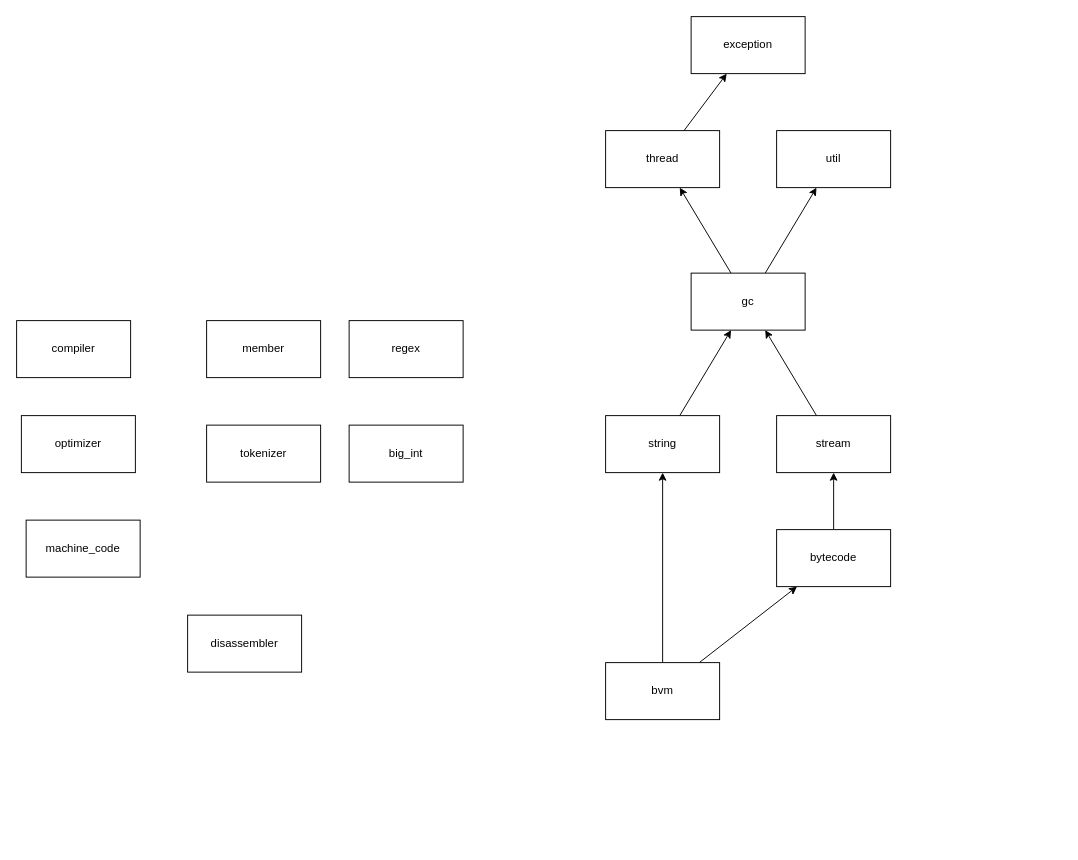
bialang/bia keeps this draw.io diagram as page "Dependencies" (3 of 3) of Components.drawio. Above is the earlier version. Source tidied: cells renumbered, new cells numbered last; positions are measured from the earlier drawing's top-left corner, leaving out a move shared by most shapes. Both pictures are drawn from the tidied source at 95%, with x=0, y=0 at pixel (16, 16).
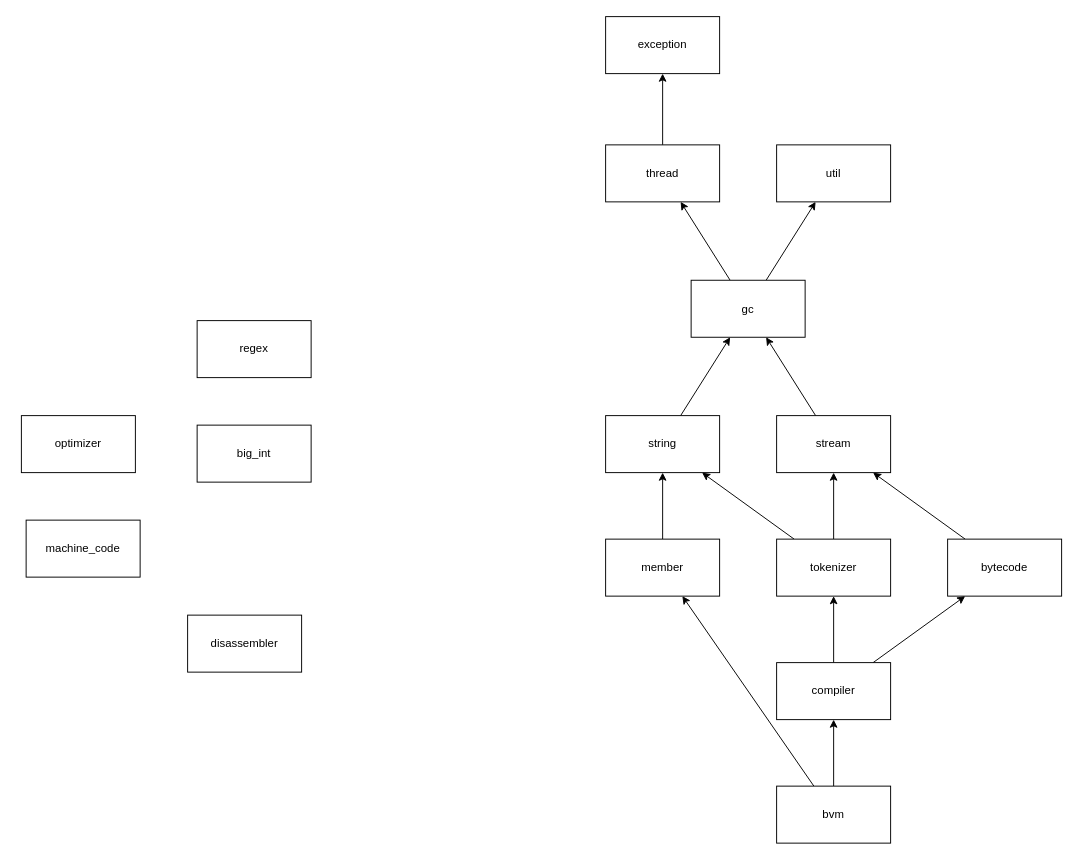
The same diagram, later.

The change refers to these unchanged cells:
```xml
<mxCell id="9" value="string" style="rounded=0;whiteSpace=wrap;html=1;" parent="1" vertex="1">
  <mxGeometry x="620" y="420" width="120" height="60" as="geometry" />
</mxCell>
<mxCell id="24" value="stream" style="rounded=0;whiteSpace=wrap;html=1;" parent="1" vertex="1">
  <mxGeometry x="800" y="420" width="120" height="60" as="geometry" />
</mxCell>
```

Diff of the diagram source:
```diff
@@
     <mxCell id="2" value="exception" style="rounded=0;whiteSpace=wrap;html=1;" parent="1" vertex="1">
-      <mxGeometry x="710" width="120" height="60" as="geometry" />
+      <mxGeometry x="620" width="120" height="60" as="geometry" />
     </mxCell>
@@
     <mxCell id="5" value="gc" style="rounded=0;whiteSpace=wrap;html=1;" parent="1" vertex="1">
-      <mxGeometry x="710" y="270" width="120" height="60" as="geometry" />
+      <mxGeometry x="710" y="277.5" width="120" height="60" as="geometry" />
     </mxCell>
@@
     <mxCell id="7" value="thread" style="rounded=0;whiteSpace=wrap;html=1;" parent="1" vertex="1">
-      <mxGeometry x="620" y="120" width="120" height="60" as="geometry" />
+      <mxGeometry x="620" y="135" width="120" height="60" as="geometry" />
     </mxCell>
@@
     <mxCell id="10" value="regex" style="rounded=0;whiteSpace=wrap;html=1;" parent="1" vertex="1">
-      <mxGeometry x="350" y="320" width="120" height="60" as="geometry" />
+      <mxGeometry x="190" y="320" width="120" height="60" as="geometry" />
     </mxCell>
     <mxCell id="11" value="big_int" style="rounded=0;whiteSpace=wrap;html=1;" parent="1" vertex="1">
-      <mxGeometry x="350" y="430" width="120" height="60" as="geometry" />
+      <mxGeometry x="190" y="430" width="120" height="60" as="geometry" />
     </mxCell>
     <mxCell id="12" value="util" style="rounded=0;whiteSpace=wrap;html=1;" parent="1" vertex="1">
-      <mxGeometry x="800" y="120" width="120" height="60" as="geometry" />
+      <mxGeometry x="800" y="135" width="120" height="60" as="geometry" />
     </mxCell>
-    <mxCell id="13" style="edgeStyle=none;rounded=0;jettySize=auto;html=1;" parent="1" edge="1" source="15" target="9">
+    <mxCell id="13" style="edgeStyle=none;rounded=0;jettySize=auto;html=1;" parent="1" edge="1" source="15" target="17">
       <mxGeometry relative="1" as="geometry" />
     </mxCell>
-    <mxCell id="14" style="edgeStyle=none;rounded=0;jettySize=auto;html=1;" parent="1" edge="1" source="15" target="22">
+    <mxCell id="14" style="edgeStyle=none;rounded=0;jettySize=auto;html=1;" parent="1" edge="1" source="15" target="18">
       <mxGeometry relative="1" as="geometry" />
     </mxCell>
     <mxCell id="15" value="bvm" style="rounded=0;whiteSpace=wrap;html=1;" parent="1" vertex="1">
-      <mxGeometry x="620" y="680" width="120" height="60" as="geometry" />
+      <mxGeometry x="800" y="810" width="120" height="60" as="geometry" />
     </mxCell>
+    <mxCell id="26" style="edgeStyle=none;rounded=0;jettySize=auto;html=1;" parent="1" edge="1" source="16" target="24">
+      <mxGeometry relative="1" as="geometry" />
+    </mxCell>
+    <mxCell id="27" style="edgeStyle=none;rounded=0;jettySize=auto;html=1;" parent="1" edge="1" source="16" target="9">
+      <mxGeometry relative="1" as="geometry" />
+    </mxCell>
     <mxCell id="16" value="tokenizer" style="rounded=0;whiteSpace=wrap;html=1;" parent="1" vertex="1">
-      <mxGeometry x="200" y="430" width="120" height="60" as="geometry" />
+      <mxGeometry x="800" y="550" width="120" height="60" as="geometry" />
     </mxCell>
+    <mxCell id="28" style="rounded=0;jettySize=auto;html=1;" parent="1" edge="1" source="17" target="9">
+      <mxGeometry relative="1" as="geometry" />
+    </mxCell>
     <mxCell id="17" value="member" style="rounded=0;whiteSpace=wrap;html=1;" parent="1" vertex="1">
-      <mxGeometry x="200" y="320" width="120" height="60" as="geometry" />
+      <mxGeometry x="620" y="550" width="120" height="60" as="geometry" />
     </mxCell>
+    <mxCell id="29" style="edgeStyle=none;rounded=0;jettySize=auto;html=1;" parent="1" edge="1" source="18" target="22">
+      <mxGeometry relative="1" as="geometry" />
+    </mxCell>
+    <mxCell id="30" style="edgeStyle=none;rounded=0;jettySize=auto;html=1;" parent="1" edge="1" source="18" target="16">
+      <mxGeometry relative="1" as="geometry" />
+    </mxCell>
     <mxCell id="18" value="compiler" style="rounded=0;whiteSpace=wrap;html=1;" parent="1" vertex="1">
-      <mxGeometry y="320" width="120" height="60" as="geometry" />
+      <mxGeometry x="800" y="680" width="120" height="60" as="geometry" />
     </mxCell>
@@
     <mxCell id="22" value="bytecode" style="rounded=0;whiteSpace=wrap;html=1;" parent="1" vertex="1">
-      <mxGeometry x="800" y="540" width="120" height="60" as="geometry" />
+      <mxGeometry x="980" y="550" width="120" height="60" as="geometry" />
     </mxCell>
```
